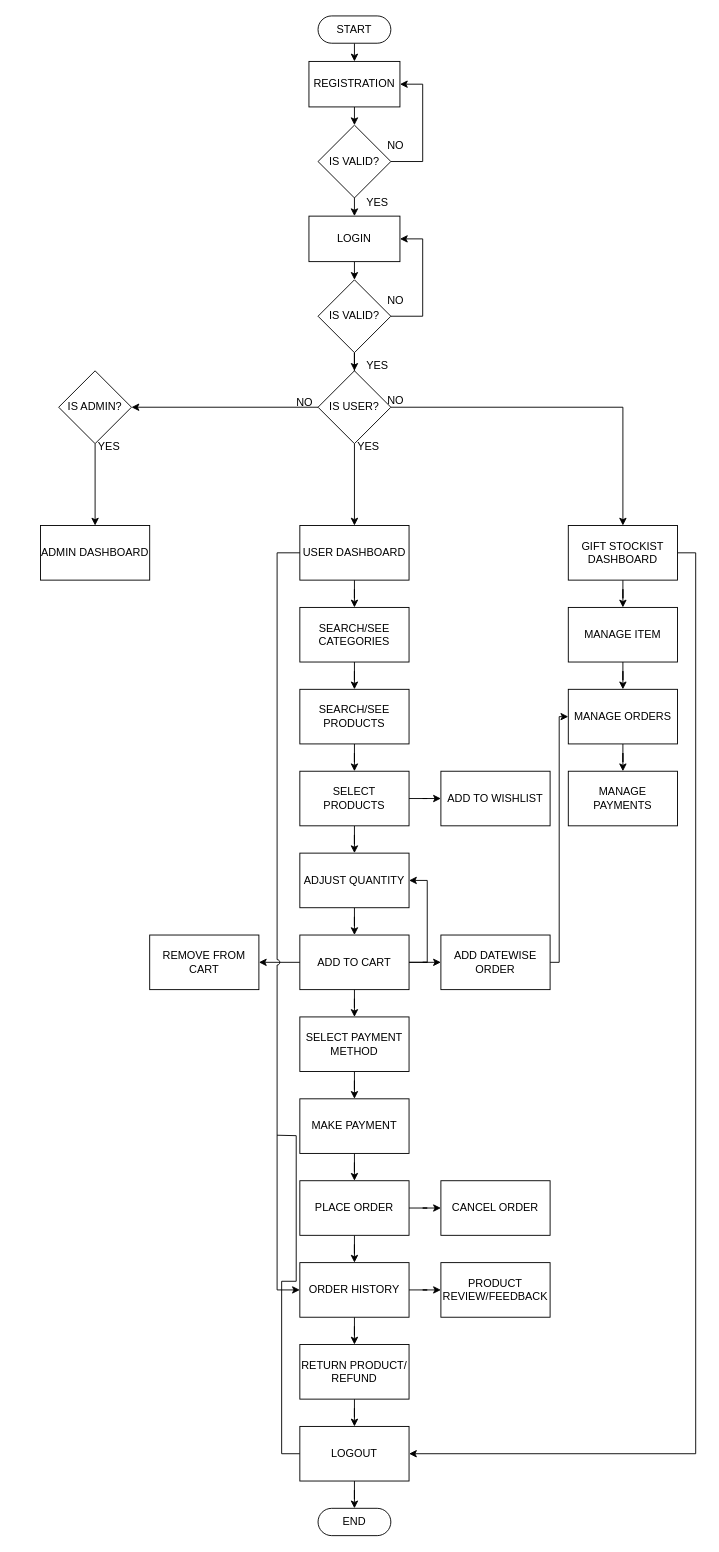
This is page "Page-1" (1 of 2) of gifthamper.drawio from sonukshatriya/flowchart, a draw.io file, before an edit. Source tidied: cells renumbered, new cells numbered last; positions are measured from the earlier drawing's top-left corner, leaving out a move shared by most shapes. Both pictures are drawn from the tidied source at 91%, with x=0, y=0 at pixel (40, 15).
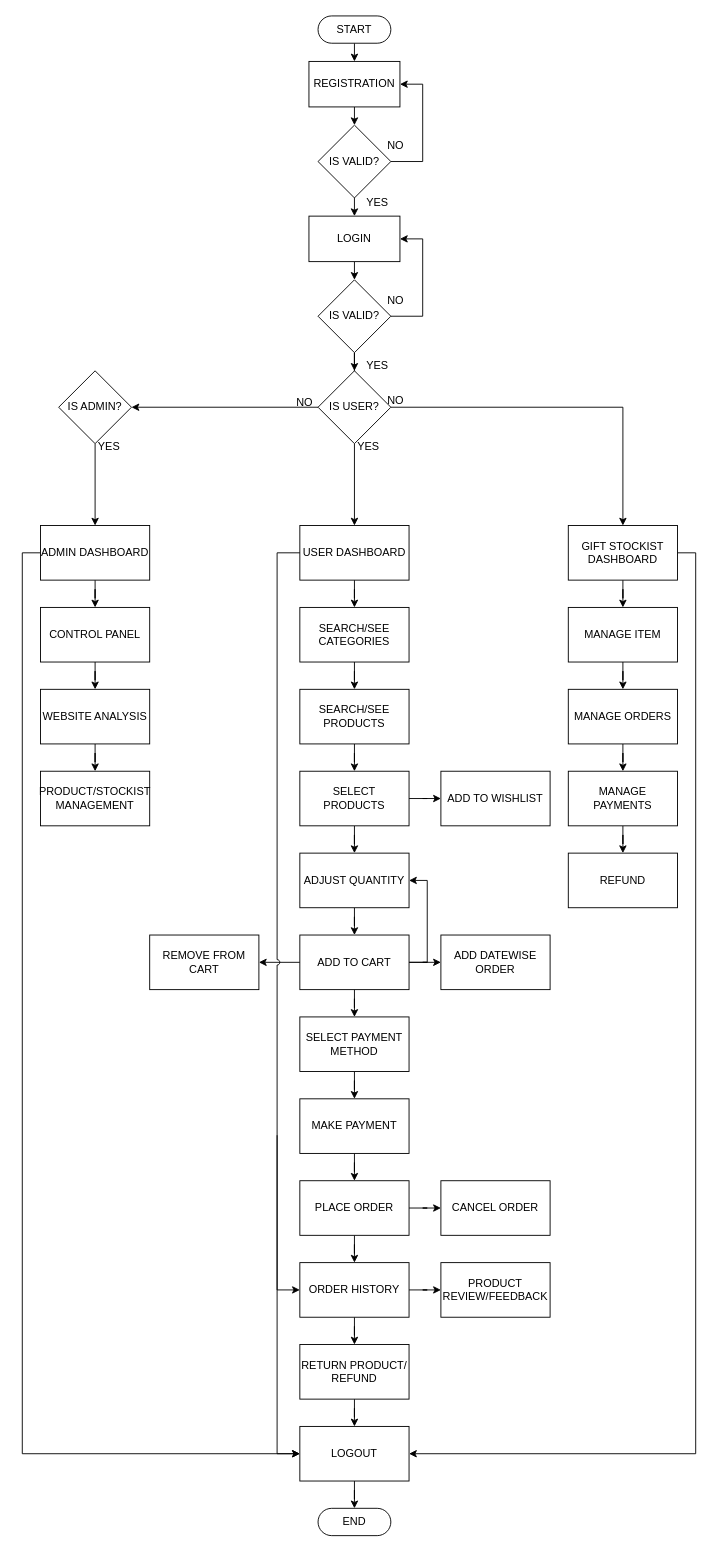
Above is the later version.

Unchanged cells that the change refers to:
```xml
<mxCell id="25" value="ADMIN DASHBOARD" style="whiteSpace=wrap;html=1;" parent="1" vertex="1">
  <mxGeometry y="560" width="120" height="60" as="geometry" />
</mxCell>
<mxCell id="51" value="ADD DATEWISE ORDER" style="whiteSpace=wrap;html=1;" parent="1" vertex="1">
  <mxGeometry x="440" y="1010" width="120" height="60" as="geometry" />
</mxCell>
<mxCell id="68" value="LOGOUT" style="whiteSpace=wrap;html=1;" parent="1" vertex="1">
  <mxGeometry x="285" y="1550" width="120" height="60" as="geometry" />
</mxCell>
<mxCell id="74" value="MANAGE ORDERS" style="whiteSpace=wrap;html=1;" parent="1" vertex="1">
  <mxGeometry x="580" y="740" width="120" height="60" as="geometry" />
</mxCell>
<mxCell id="75" value="MANAGE PAYMENTS" style="whiteSpace=wrap;html=1;" parent="1" vertex="1">
  <mxGeometry x="580" y="830" width="120" height="60" as="geometry" />
</mxCell>
```

Diff of the diagram source:
```diff
@@
+    <mxCell id="76" style="edgeStyle=orthogonalEdgeStyle;rounded=0;jettySize=auto;html=1;" parent="1" edge="1" source="25" target="80">
+      <mxGeometry relative="1" as="geometry" />
+    </mxCell>
+    <mxCell id="77" style="edgeStyle=orthogonalEdgeStyle;rounded=0;jettySize=auto;html=1;exitX=0;exitY=0.5;exitDx=0;exitDy=0;entryX=0;entryY=0.5;entryDx=0;entryDy=0;" parent="1" edge="1" source="25" target="68">
+      <mxGeometry relative="1" as="geometry" />
+    </mxCell>
@@
-    <mxCell id="50" style="edgeStyle=orthogonalEdgeStyle;rounded=0;jettySize=auto;html=1;exitX=1;exitY=0.5;exitDx=0;exitDy=0;entryX=0;entryY=0.5;entryDx=0;entryDy=0;" parent="1" edge="1" source="51" target="74">
-      <mxGeometry relative="1" as="geometry">
-        <Array as="points">
-          <mxPoint x="570" y="1040" />
-          <mxPoint x="570" y="770" />
-        </Array>
-      </mxGeometry>
-    </mxCell>
@@
-    <mxCell id="66" style="edgeStyle=orthogonalEdgeStyle;rounded=0;jettySize=auto;html=1;exitX=0;exitY=0.5;exitDx=0;exitDy=0;endArrow=none;endFill=0;entryX=0;entryY=0.5;entryDx=0;entryDy=0;" parent="1" edge="1" target="68">
+    <mxCell id="66" style="edgeStyle=orthogonalEdgeStyle;rounded=0;jettySize=auto;html=1;exitX=0;exitY=0.5;exitDx=0;exitDy=0;endArrow=classic;endFill=1;entryX=0;entryY=0.5;entryDx=0;entryDy=0;" parent="1" edge="1" target="68">
       <mxGeometry relative="1" as="geometry">
         <mxPoint x="260" y="1230" as="sourcePoint" />
+        <Array as="points">
+          <mxPoint x="260" y="1580" />
+        </Array>
       </mxGeometry>
     </mxCell>
@@
+    <mxCell id="78" style="edgeStyle=orthogonalEdgeStyle;rounded=0;jettySize=auto;html=1;" parent="1" edge="1" source="75" target="84">
+      <mxGeometry relative="1" as="geometry" />
+    </mxCell>
@@
+    <mxCell id="79" style="edgeStyle=orthogonalEdgeStyle;rounded=0;jettySize=auto;html=1;" parent="1" edge="1" source="80" target="82">
+      <mxGeometry relative="1" as="geometry" />
+    </mxCell>
+    <mxCell id="80" value="CONTROL PANEL" style="whiteSpace=wrap;html=1;" parent="1" vertex="1">
+      <mxGeometry y="650" width="120" height="60" as="geometry" />
+    </mxCell>
+    <mxCell id="81" style="edgeStyle=orthogonalEdgeStyle;rounded=0;jettySize=auto;html=1;" parent="1" edge="1" source="82" target="83">
+      <mxGeometry relative="1" as="geometry" />
+    </mxCell>
+    <mxCell id="82" value="WEBSITE ANALYSIS" style="whiteSpace=wrap;html=1;" parent="1" vertex="1">
+      <mxGeometry y="740" width="120" height="60" as="geometry" />
+    </mxCell>
+    <mxCell id="83" value="PRODUCT/STOCKIST&lt;br&gt;MANAGEMENT" style="whiteSpace=wrap;html=1;" parent="1" vertex="1">
+      <mxGeometry y="830" width="120" height="60" as="geometry" />
+    </mxCell>
+    <mxCell id="84" value="REFUND" style="whiteSpace=wrap;html=1;" parent="1" vertex="1">
+      <mxGeometry x="580" y="920" width="120" height="60" as="geometry" />
+    </mxCell>
```
